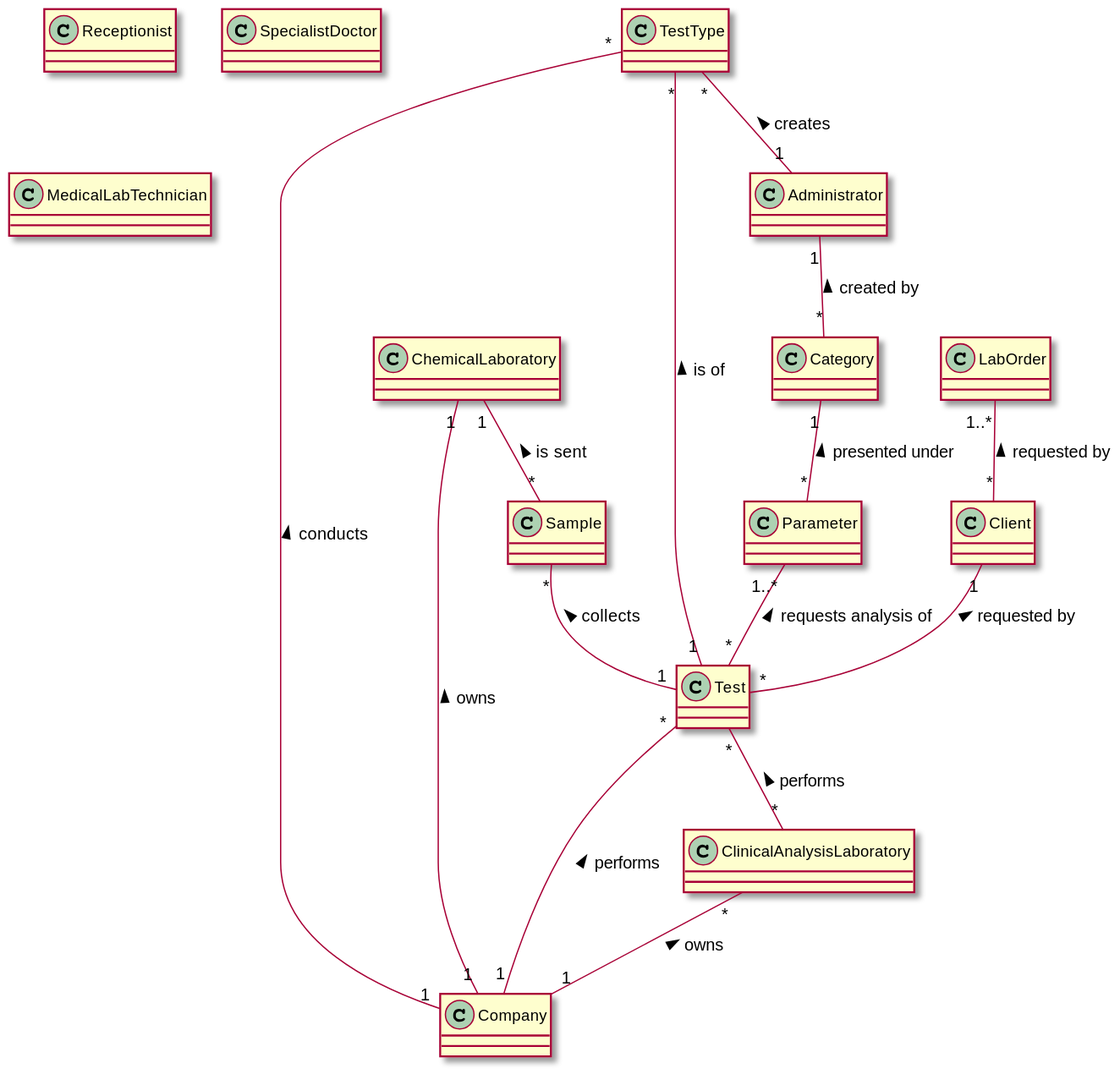
The PlantUML diagram docs/SprintA/Domain Model.svg in 0franciscor/lei-21-s2-1de-g19, before a commit. The source it was exported from:
```plantuml
@startuml

class Company
class Sample
class Client
class Test
class ChemicalLaboratory
class TestType
class Category
class Parameter
class Administrator
class ClinicalAnalysisLaboratory
class Receptionist
class SpecialistDoctor
class MedicalLabTechnician
class LabOrder



ClinicalAnalysisLaboratory "*" -- "1" Company : < owns

ChemicalLaboratory "1" -- "1" Company : < owns

TestType "*" -- "1" Company : < conducts

Test "*" -- "1" Company : < performs

TestType "*" -- "1" Test: < is of

Sample "*" -- "1" Test : < collects

Client "1" -- "*" Test : < requested by

Administrator "1" -- "*" Category : < created by

Category "1" -- "*" Parameter : < presented under

Parameter "1..*" -- "*" Test : < requests analysis of

Test "*" -- "*" ClinicalAnalysisLaboratory : < performs

TestType "*" -- "1" Administrator : < creates

ChemicalLaboratory "1" -- "*" Sample : < is sent

LabOrder "1..*" -- "*" Client : < requested by

@enduml
```
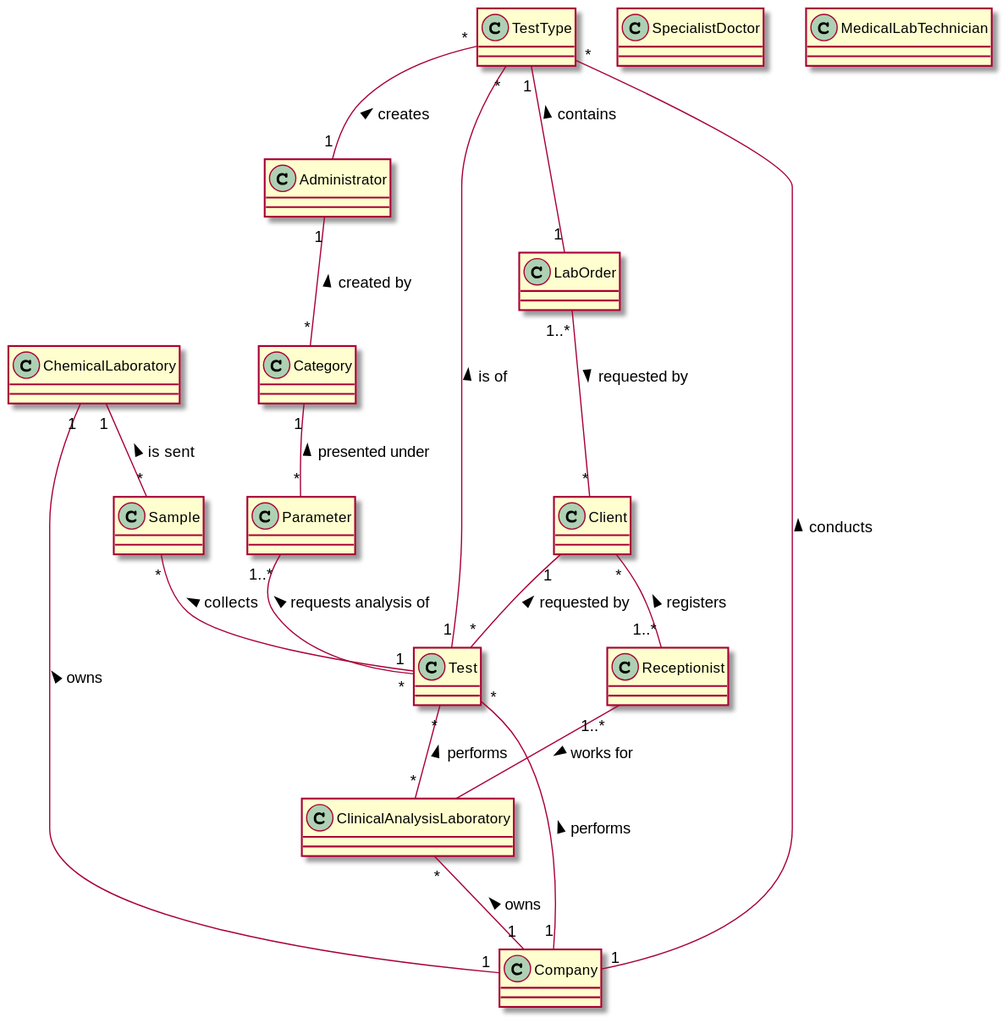
After the change.

Commit message:
Atualização no Domain Model

Change to the diagram source:
```diff
@@ -1,20 +1,19 @@
 @startuml
 
 class Company
-class Sample
+class ChemicalLaboratory
+class ClinicalAnalysisLaboratory
+class Administrator
+class SpecialistDoctor
+class MedicalLabTechnician
+class Receptionist
 class Client
-class Test
-class ChemicalLaboratory
-class TestType
+class LabOrder
 class Category
 class Parameter
-class Administrator
-class ClinicalAnalysisLaboratory
-class Receptionist
-class SpecialistDoctor
-class MedicalLabTechnician
-class LabOrder
-
+class TestType
+class Test
+class Sample
 
 
 ClinicalAnalysisLaboratory "*" -- "1" Company : < owns
@@ -43,6 +42,15 @@
 
 ChemicalLaboratory "1" -- "*" Sample : < is sent
 
-LabOrder "1..*" -- "*" Client : < requested by
+LabOrder "1..*" -- "*" Client : requested by >
+
+TestType "1" -- "1" LabOrder : < contains
+
+Client "*" -- "1..*" Receptionist : < registers
+
+Receptionist "1..*" -- ClinicalAnalysisLaboratory : works for >
+
+
+
 
 @enduml
```
